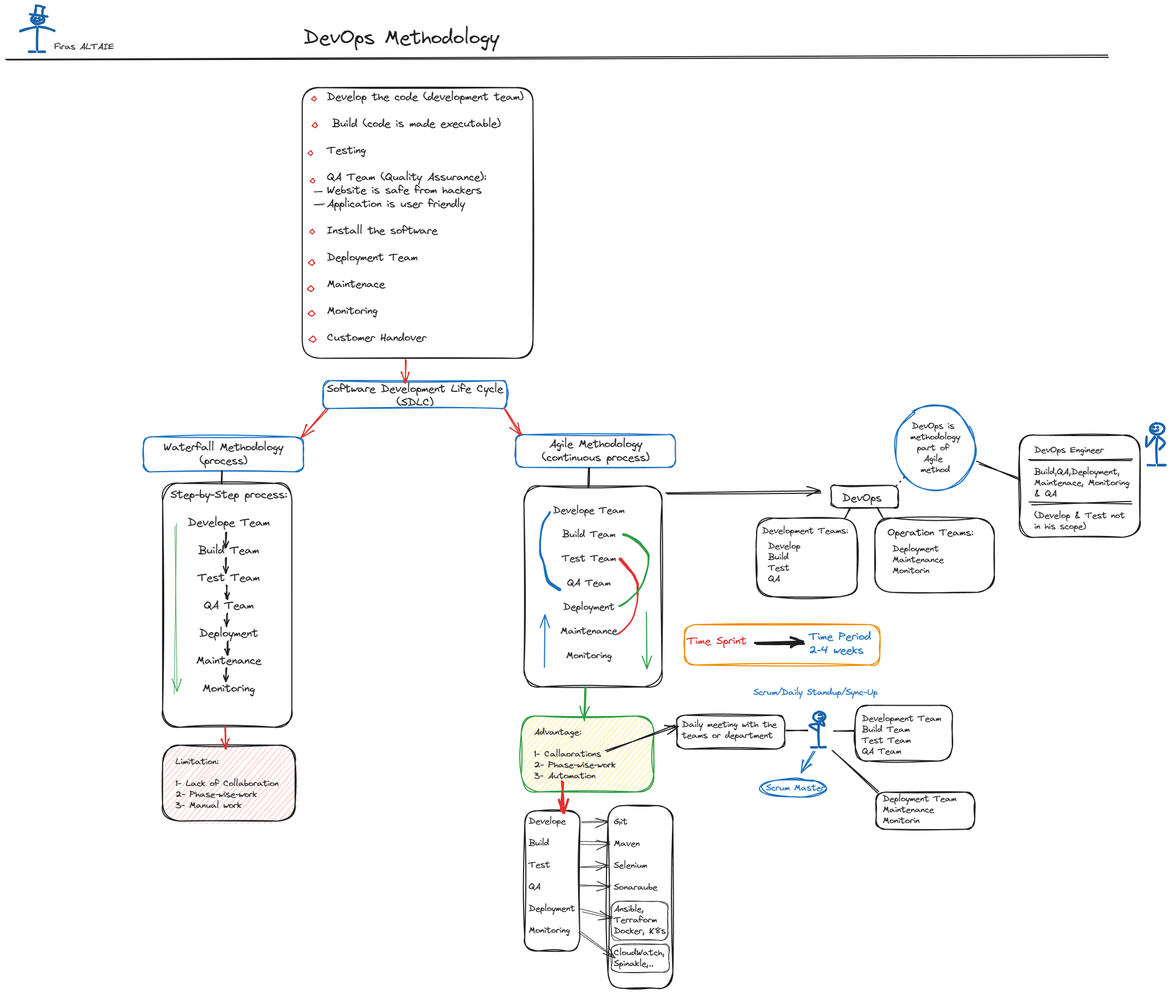
Above: DevOps-Agile.png in firask/DevOps (Excalidraw), before the change. Source tidied: one line per element, renumbered; positions are measured from the earlier drawing's top-left corner, leaving out a move shared by most shapes.
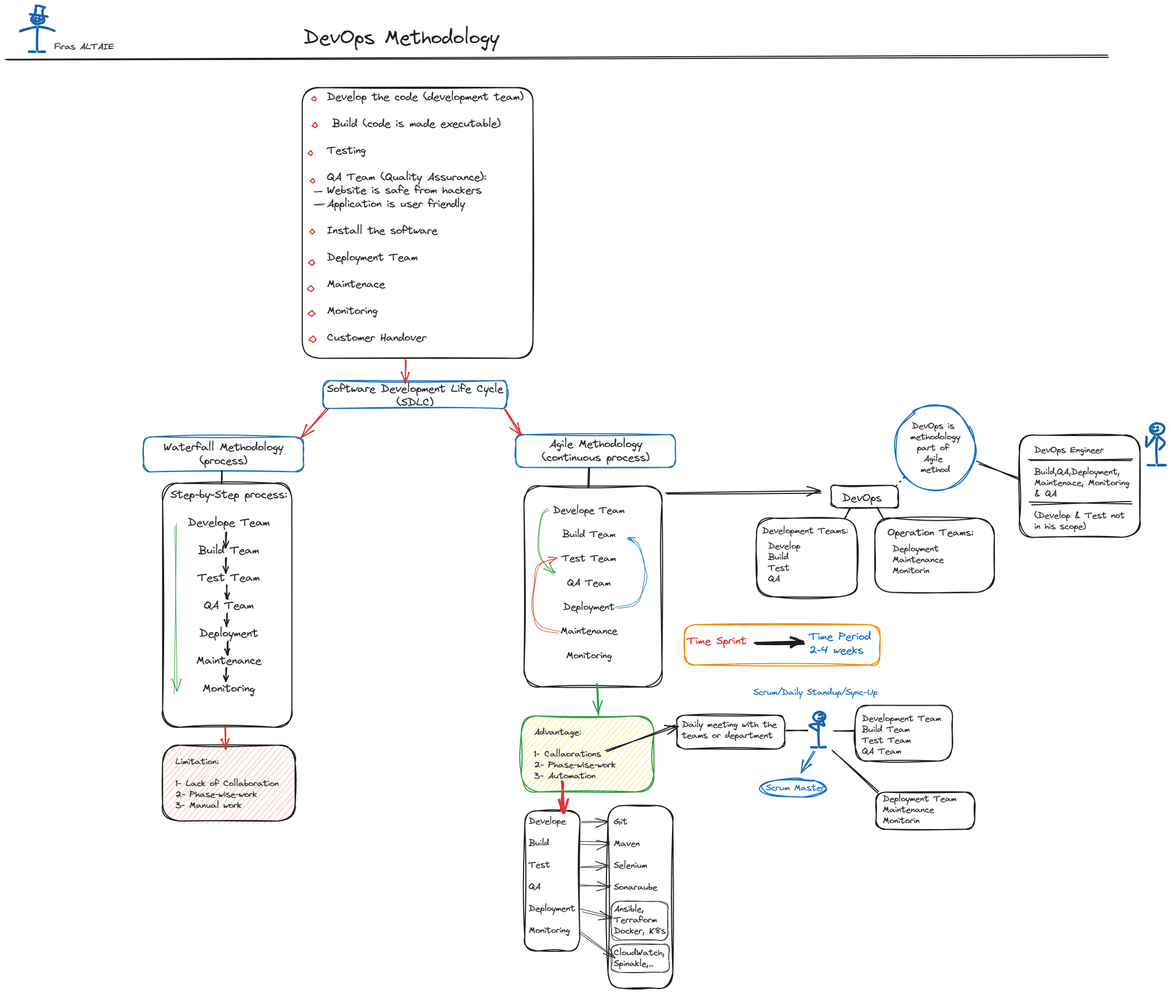
After the change.

Change to the diagram source:
```diff
@@ -48,7 +48,7 @@
 {"id": 47, "type": "line", "strokeColor": "#1e1e1e", "strokeWidth": 2, "roughness": 2, "round": true, "x": 395, "y": 852, "width": 1, "height": 24, "points": [[0, 0], [1, 24]]}
 {"id": 48, "type": "rectangle", "strokeColor": "#2f9e44", "backgroundColor": "#ffec99", "fillStyle": "hachure", "strokeWidth": 2, "roughness": 2, "round": true, "x": 944, "y": 1301, "width": 243, "height": 139}
 {"id": 49, "type": "text", "text": "Advantage:\n\n1- Callaorations\n2- Phase-wise-work\n3- Automation ", "strokeColor": "#1e1e1e", "strokeWidth": 2, "roughness": 2, "fontSize": 16, "fontFamily": 1, "x": 968, "y": 1321, "width": 150, "height": 100}
-{"id": 50, "type": "arrow", "strokeColor": "#2f9e44", "strokeWidth": 2, "roughness": 2, "endArrowhead": "arrow", "round": true, "from": 76, "to": 49, "x": 1061, "y": 1248, "width": 1, "height": 62, "points": [[0, 0], [-1, 62]]}
+{"id": 50, "type": "arrow", "strokeColor": "#2f9e44", "strokeWidth": 2, "roughness": 2, "endArrowhead": "arrow", "round": true, "from": 76, "to": 49, "x": 1082, "y": 1242, "width": 3, "height": 58, "points": [[0, 0], [3, 58]]}
 {"id": 51, "type": "text", "text": "Daily meeting with the\nteams or department", "strokeColor": "#1e1e1e", "strokeWidth": 2, "roughness": 2, "fontSize": 16, "fontFamily": 1, "x": 1239, "y": 1308, "width": 174, "height": 40}
 {"id": 52, "type": "rectangle", "strokeColor": "#1e1e1e", "strokeWidth": 2, "roughness": 2, "round": true, "x": 1230, "y": 1300, "width": 198, "height": 62}
 {"id": 53, "type": "arrow", "strokeColor": "#1e1e1e", "strokeWidth": 2, "roughness": 2, "endArrowhead": "arrow", "round": true, "to": 52, "x": 1101, "y": 1365, "width": 128, "height": 45, "points": [[0, 0], [128, -45]]}
@@ -78,11 +78,6 @@
 {"id": 77, "type": "rectangle", "strokeColor": "#1e1e1e", "strokeWidth": 2, "roughness": 2, "round": true, "x": 951, "y": 1475, "width": 101, "height": 257}
 {"id": 78, "type": "text", "text": "Develope\n\nBuild\n\nTest\n\nQA\n\nDeployment\n\nMonitoring", "strokeColor": "#1e1e1e", "strokeWidth": 2, "roughness": 2, "fontSize": 16, "fontFamily": 1, "x": 958, "y": 1485, "width": 85, "height": 220}
 {"id": 79, "type": "text", "text": "Git\n\nMaven\n\nSelenium\n\nSonaraube\n\nAnsible,\nTerraform\nDocker, K8s\n\nCloudWatch, \nSpinakle,..\n\n\n", "strokeColor": "#1e1e1e", "strokeWidth": 2, "roughness": 2, "fontSize": 15.97, "fontFamily": 1, "x": 1114, "y": 1486, "width": 101, "height": 339}
-{"id": 80, "type": "freedraw", "strokeColor": "#1971c2", "strokeWidth": 1, "roughness": 0, "x": 997, "y": 928, "width": 36, "height": 142, "points": [[0, 0], [-1, 3], [-5, 9], [-10, 15], [-12, 20], [-14, 27], [-17, 41], [-17, 48], [-18, 54], [-18, 61], [-18, 69], [-18, 75], [-17, 79], [-15, 85], [-11, 94], [-10, 99], [-9, 102], [-9, 107], [-7, 112], [-7, 115], [-6, 119], [-5, 121], [-5, 123], [-4, 125], [-2, 128], [0, 130], [3, 133], [6, 134], [10, 137], [12, 138], [14, 140], [16, 141], [18, 142]]}
-{"id": 81, "type": "freedraw", "strokeColor": "#e03131", "strokeWidth": 1, "roughness": 0, "x": 1122, "y": 1151, "width": 36, "height": 137, "points": [[0, 0], [3, -2], [12, -9], [19, -17], [26, -26], [32, -41], [34, -53], [36, -61], [36, -69], [36, -75], [36, -81], [36, -86], [36, -93], [34, -97], [31, -103], [29, -108], [25, -113], [23, -116], [20, -118], [18, -121], [16, -123], [14, -126], [12, -128], [9, -132], [8, -133], [7, -135], [6, -136], [4, -137]]}
-{"id": 82, "type": "freedraw", "strokeColor": "#2f9e44", "strokeWidth": 1, "roughness": 0, "x": 1124, "y": 1100, "width": 54, "height": 131, "points": [[0, 0], [2, 0], [7, -3], [15, -8], [22, -15], [32, -24], [36, -29], [40, -35], [44, -43], [46, -48], [54, -77], [54, -83], [54, -88], [54, -92], [53, -96], [50, -100], [48, -103], [44, -108], [41, -111], [39, -114], [37, -116], [34, -118], [31, -120], [28, -122], [21, -126], [17, -128], [13, -130], [11, -130], [8, -131]]}
-{"id": 83, "type": "arrow", "strokeColor": "#1971c2", "strokeWidth": 2, "roughness": 0, "endArrowhead": "arrow", "round": true, "from": 76, "x": 987, "y": 1212, "width": 1, "height": 96, "points": [[0, 0], [1, -96]]}
-{"id": 84, "type": "arrow", "strokeColor": "#2f9e44", "strokeWidth": 2, "roughness": 0, "endArrowhead": "arrow", "round": true, "from": 27, "x": 1174, "y": 1111, "width": 1, "height": 104, "points": [[0, 0], [1, 104]]}
 {"id": 85, "type": "rectangle", "strokeColor": "#1e1e1e", "strokeWidth": 2, "roughness": 2, "round": true, "x": 1104, "y": 1465, "width": 119, "height": 335}
 {"id": 86, "type": "rectangle", "strokeColor": "#1e1e1e", "strokeWidth": 1, "roughness": 2, "round": true, "x": 1110, "y": 1641, "width": 103, "height": 71}
 {"id": 87, "type": "rectangle", "strokeColor": "#1e1e1e", "strokeWidth": 1, "roughness": 2, "round": true, "x": 1110, "y": 1720, "width": 106, "height": 51}
@@ -128,3 +123,8 @@
 {"id": 127, "type": "line", "strokeColor": "#1e1e1e", "strokeWidth": 1, "roughness": 2, "round": true, "x": 566, "y": 342, "width": 13, "height": 2, "points": [[0, 0], [13, -2]]}
 {"id": 128, "type": "line", "strokeColor": "#1e1e1e", "strokeWidth": 1, "roughness": 2, "round": true, "x": 565, "y": 364, "width": 18, "height": 0, "points": [[0, 0], [18, 0]]}
 {"id": 129, "type": "arrow", "strokeColor": "#2f9e44", "strokeWidth": 1, "roughness": 2, "endArrowhead": "arrow", "round": true, "from": 21, "x": 311, "y": 951, "width": 1, "height": 310, "points": [[0, 0], [-1, 310]]}
+{"id": 130, "type": "arrow", "strokeColor": "#2f9e44", "strokeWidth": 1, "roughness": 2, "endArrowhead": "arrow", "round": true, "from": 76, "to": 76, "x": 996, "y": 925, "width": 23, "height": 117, "points": [[0, 0], [-16, 17], [-17, 80], [6, 117]]}
+{"id": 131, "type": "arrow", "strokeColor": "#1971c2", "strokeWidth": 1, "roughness": 2, "endArrowhead": "arrow", "round": true, "from": 76, "to": 27, "x": 1135, "y": 1249, "width": 0, "height": 0, "points": [[0, 0], [0, 0]]}
+{"id": 132, "type": "arrow", "strokeColor": "#1971c2", "strokeWidth": 1, "roughness": 2, "endArrowhead": "arrow", "round": true, "from": 27, "to": 76, "x": 1161, "y": 879, "width": 0, "height": 0, "points": [[0, 0], [0, 0]]}
+{"id": 133, "type": "arrow", "strokeColor": "#1971c2", "strokeWidth": 1, "roughness": 2, "endArrowhead": "arrow", "round": true, "from": 76, "to": 76, "x": 1120, "y": 1111, "width": 51, "height": 130, "points": [[0, -7], [35, -18], [51, -55], [51, -91], [38, -121], [16, -137]]}
+{"id": 134, "type": "arrow", "strokeColor": "#e03131", "strokeWidth": 1, "roughness": 2, "endArrowhead": "arrow", "round": true, "from": 76, "to": 76, "x": 1014, "y": 1149, "width": 47, "height": 139, "points": [[0, 0], [-36, -11], [-47, -46], [-43, -87], [-36, -123], [-7, -139]]}
```
